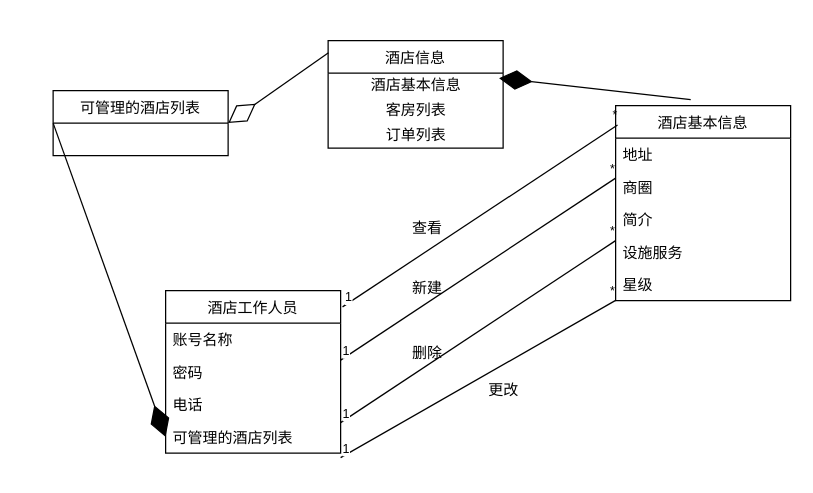
Cynyard999/hotel-booking-system keeps this draw.io diagram as docs/用例描述文档/图/源文件/概念类图/9 维护酒店基本信息概念类图.drawio. Above is the earlier version. Source tidied: cells renumbered, new cells numbered last; positions are measured from the earlier drawing's top-left corner, leaving out a move shared by most shapes. Both pictures are drawn from the tidied source at 125%, with x=0, y=0 at pixel (52, 40).
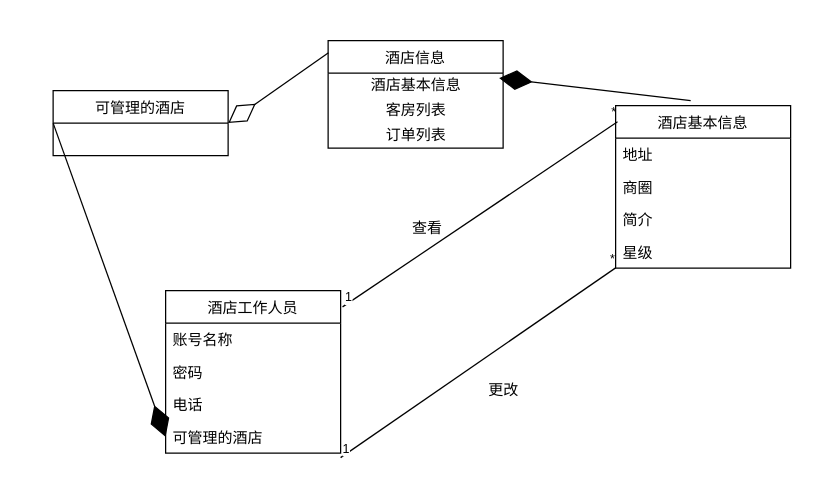
The same diagram, later.

The change refers to these unchanged cells:
```xml
<mxCell id="14" value="酒店工作人员" style="swimlane;fontStyle=0;horizontal=1;startSize=26;fillColor=none;" parent="1" vertex="1">
  <mxGeometry x="90" y="200" width="140" height="130" as="geometry" />
</mxCell>
```

What changed in the source:
```diff
@@
     <mxCell id="8" value="酒店基本信息" style="swimlane;fontStyle=0;horizontal=1;startSize=26;fillColor=none;" parent="1" vertex="1">
-      <mxGeometry x="450" y="52" width="140" height="156" as="geometry" />
+      <mxGeometry x="450" y="52" width="140" height="130" as="geometry" />
     </mxCell>
@@
-    <mxCell id="12" value="设施服务" style="text;strokeColor=none;fillColor=none;align=left;verticalAlign=top;spacingLeft=4;spacingRight=4;overflow=hidden;" parent="8" vertex="1">
-      <mxGeometry y="104" width="140" height="26" as="geometry" />
-    </mxCell>
     <mxCell id="13" value="星级" style="text;strokeColor=none;fillColor=none;align=left;verticalAlign=top;spacingLeft=4;spacingRight=4;overflow=hidden;points=[[0,0.5],[1,0.5]];portConstraint=eastwest;" parent="8" vertex="1">
-      <mxGeometry y="130" width="140" height="26" as="geometry" />
+      <mxGeometry y="104" width="140" height="26" as="geometry" />
     </mxCell>
@@
-    <mxCell id="18" value="可管理的酒店列表" style="text;strokeColor=none;fillColor=none;align=left;verticalAlign=top;spacingLeft=4;spacingRight=4;overflow=hidden;points=[[0,0.5],[1,0.5]];portConstraint=eastwest;" parent="14" vertex="1">
+    <mxCell id="18" value="可管理的酒店" style="text;strokeColor=none;fillColor=none;align=left;verticalAlign=top;spacingLeft=4;spacingRight=4;overflow=hidden;points=[[0,0.5],[1,0.5]];portConstraint=eastwest;" parent="14" vertex="1">
       <mxGeometry y="104" width="140" height="26" as="geometry" />
     </mxCell>
-    <mxCell id="19" value="可管理的酒店列表" style="swimlane;fontStyle=0;horizontal=1;startSize=26;fillColor=none;" parent="1" vertex="1">
+    <mxCell id="19" value="可管理的酒店" style="swimlane;fontStyle=0;horizontal=1;startSize=26;fillColor=none;" parent="1" vertex="1">
       <mxGeometry y="40" width="140" height="52" as="geometry" />
     </mxCell>
-    <mxCell id="20" style="endArrow=none;html=1;entryX=0.011;entryY=0.099;entryDx=0;entryDy=0;exitX=1.011;exitY=0.1;exitDx=0;exitDy=0;exitPerimeter=0;entryPerimeter=0;" parent="1" edge="1">
-      <mxGeometry relative="1" as="geometry">
-        <mxPoint x="230" y="255.6" as="sourcePoint" />
-        <mxPoint x="450" y="110" as="targetPoint" />
-      </mxGeometry>
-    </mxCell>
-    <mxCell id="21" value="1" style="html=1;align=left;verticalAlign=bottom;labelBackgroundColor=#ffffff;fontSize=10;" parent="20" vertex="1">
-      <mxGeometry x="-1" relative="1" as="geometry" />
-    </mxCell>
-    <mxCell id="22" value="*" style="html=1;align=right;verticalAlign=bottom;labelBackgroundColor=#ffffff;fontSize=10;" parent="20" vertex="1">
-      <mxGeometry x="1" relative="1" as="geometry" />
-    </mxCell>
-    <mxCell id="23" value="新建" style="text;html=1;align=center;verticalAlign=middle;rotation=0;" parent="1" vertex="1">
-      <mxGeometry x="278.5" y="188" width="40" height="20" as="geometry" />
-    </mxCell>
-    <mxCell id="24" style="endArrow=none;html=1;entryX=0.011;entryY=0.099;entryDx=0;entryDy=0;exitX=1.011;exitY=0.1;exitDx=0;exitDy=0;exitPerimeter=0;entryPerimeter=0;" parent="1" edge="1">
-      <mxGeometry relative="1" as="geometry">
-        <mxPoint x="230" y="305.6" as="sourcePoint" />
-        <mxPoint x="450" y="160" as="targetPoint" />
-      </mxGeometry>
-    </mxCell>
-    <mxCell id="25" value="1" style="html=1;align=left;verticalAlign=bottom;labelBackgroundColor=#ffffff;fontSize=10;" parent="24" vertex="1">
-      <mxGeometry x="-1" relative="1" as="geometry" />
-    </mxCell>
-    <mxCell id="26" value="*" style="html=1;align=right;verticalAlign=bottom;labelBackgroundColor=#ffffff;fontSize=10;" parent="24" vertex="1">
-      <mxGeometry x="1" relative="1" as="geometry" />
-    </mxCell>
-    <mxCell id="27" value="删除" style="text;html=1;align=center;verticalAlign=middle;rotation=0;" parent="1" vertex="1">
-      <mxGeometry x="278.5" y="240" width="40" height="20" as="geometry" />
-    </mxCell>
```
